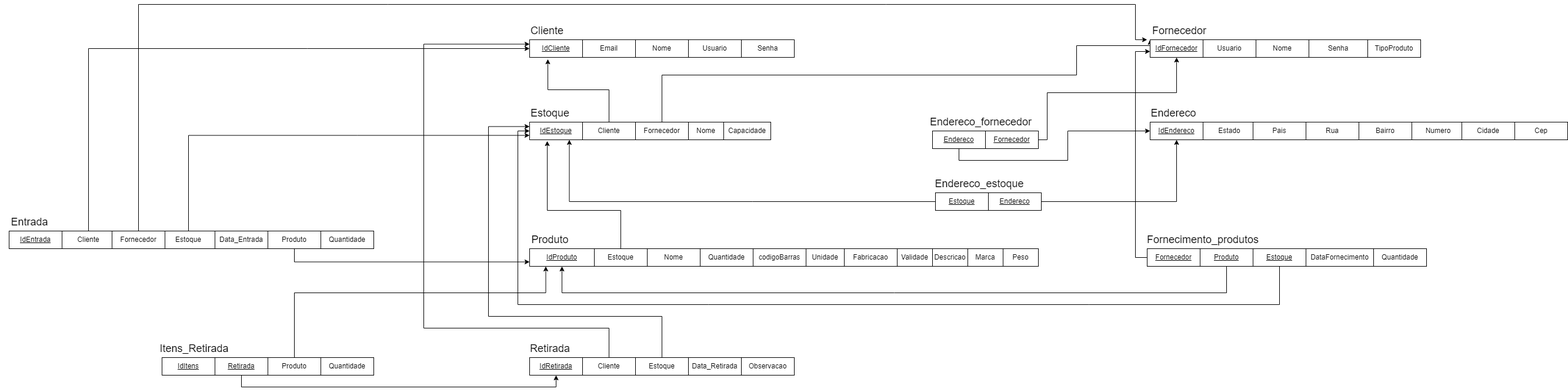
Before: Documentacao/diagrama_relacional_3.png, a diagram exported from draw.io (leon-junio/TI-Storage-Solutions). Source tidied: cells renumbered, new cells last; positions are measured from the earlier drawing's top-left corner, leaving out a move shared by most shapes.
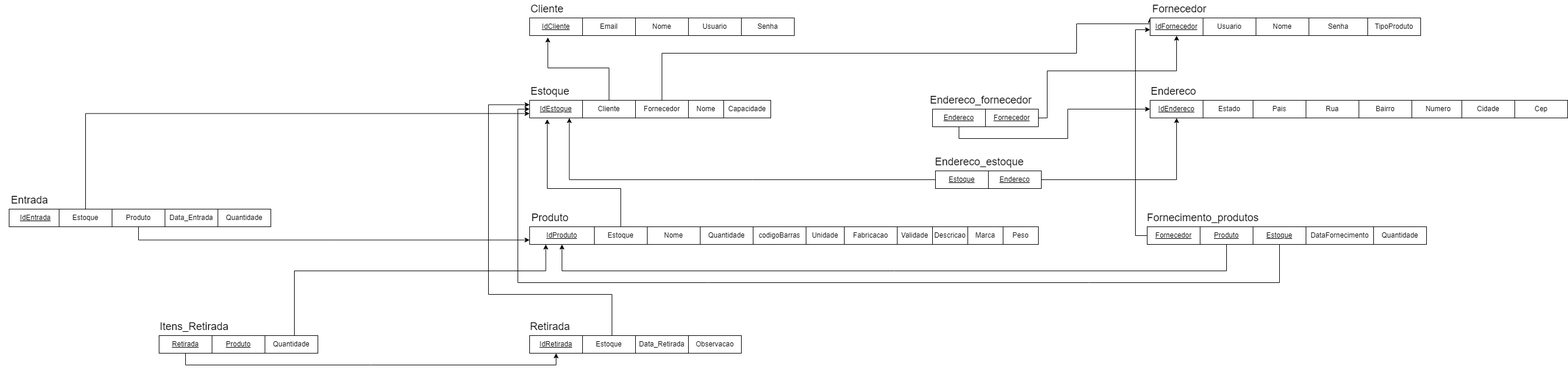
After the change.

Commit message:
Novos diagramas relacionais

Diff of the diagram source:
```diff
@@ -250,36 +250,22 @@
     <mxCell id="72" style="edgeStyle=orthogonalEdgeStyle;rounded=0;jettySize=auto;html=1;exitX=0.5;exitY=0;exitDx=0;exitDy=0;entryX=0;entryY=0.25;entryDx=0;entryDy=0;" parent="1" edge="1" source="73" target="6">
       <mxGeometry relative="1" as="geometry">
         <Array as="points">
-          <mxPoint x="1125" y="530" />
+          <mxPoint x="1040" y="600" />
+          <mxPoint x="1040" y="530" />
           <mxPoint x="830" y="530" />
           <mxPoint x="830" y="208" />
         </Array>
       </mxGeometry>
     </mxCell>
     <mxCell id="73" value="Estoque" style="rounded=0;whiteSpace=wrap;html=1;" parent="1" vertex="1">
-      <mxGeometry x="1080" y="600" width="90" height="30" as="geometry" />
+      <mxGeometry x="990" y="600" width="90" height="30" as="geometry" />
     </mxCell>
-    <mxCell id="74" style="edgeStyle=orthogonalEdgeStyle;rounded=0;jettySize=auto;html=1;exitX=0.5;exitY=0;exitDx=0;exitDy=0;entryX=0;entryY=0.25;entryDx=0;entryDy=0;" parent="1" edge="1" source="75" target="2">
-      <mxGeometry relative="1" as="geometry">
-        <Array as="points">
-          <mxPoint x="1035" y="550" />
-          <mxPoint x="720" y="550" />
-          <mxPoint x="720" y="68" />
-        </Array>
-      </mxGeometry>
-    </mxCell>
-    <mxCell id="75" value="Cliente" style="rounded=0;whiteSpace=wrap;html=1;" parent="1" vertex="1">
-      <mxGeometry x="990" y="600" width="90" height="30" as="geometry" />
-    </mxCell>
     <mxCell id="76" value="Data_Retirada" style="rounded=0;whiteSpace=wrap;html=1;" parent="1" vertex="1">
-      <mxGeometry x="1170" y="600" width="90" height="30" as="geometry" />
+      <mxGeometry x="1080" y="600" width="90" height="30" as="geometry" />
     </mxCell>
     <mxCell id="77" value="Observacao" style="rounded=0;whiteSpace=wrap;html=1;" parent="1" vertex="1">
-      <mxGeometry x="1260" y="600" width="90" height="30" as="geometry" />
+      <mxGeometry x="1170" y="600" width="90" height="30" as="geometry" />
     </mxCell>
-    <mxCell id="78" value="&lt;u&gt;IdItens&lt;br&gt;&lt;/u&gt;" style="rounded=0;whiteSpace=wrap;html=1;" parent="1" vertex="1">
-      <mxGeometry x="275" y="600" width="90" height="30" as="geometry" />
-    </mxCell>
     <mxCell id="79" value="&lt;font style=&quot;font-size: 18px&quot;&gt;Itens_Retirada&lt;br&gt;&lt;/font&gt;" style="text;html=1;strokeColor=none;fillColor=none;align=center;verticalAlign=middle;whiteSpace=wrap;rounded=0;" parent="1" vertex="1">
       <mxGeometry x="280" y="570" width="100" height="30" as="geometry" />
     </mxCell>
@@ -291,17 +277,17 @@
         </Array>
       </mxGeometry>
     </mxCell>
-    <mxCell id="81" value="Produto" style="rounded=0;whiteSpace=wrap;html=1;" parent="1" vertex="1">
-      <mxGeometry x="455" y="600" width="90" height="30" as="geometry" />
+    <mxCell id="81" value="&lt;u&gt;Produto&lt;/u&gt;" style="rounded=0;whiteSpace=wrap;html=1;" parent="1" vertex="1">
+      <mxGeometry x="360" y="600" width="90" height="30" as="geometry" />
     </mxCell>
     <mxCell id="82" style="edgeStyle=orthogonalEdgeStyle;rounded=0;jettySize=auto;html=1;exitX=0.5;exitY=1;exitDx=0;exitDy=0;entryX=0.5;entryY=1;entryDx=0;entryDy=0;" parent="1" edge="1" source="83" target="70">
       <mxGeometry relative="1" as="geometry" />
     </mxCell>
     <mxCell id="83" value="&lt;u&gt;Retirada&lt;/u&gt;" style="rounded=0;whiteSpace=wrap;html=1;" parent="1" vertex="1">
-      <mxGeometry x="365" y="600" width="90" height="30" as="geometry" />
+      <mxGeometry x="270" y="600" width="90" height="30" as="geometry" />
     </mxCell>
     <mxCell id="84" value="Quantidade" style="rounded=0;whiteSpace=wrap;html=1;" parent="1" vertex="1">
-      <mxGeometry x="545" y="600" width="90" height="30" as="geometry" />
+      <mxGeometry x="450" y="600" width="90" height="30" as="geometry" />
     </mxCell>
     <mxCell id="85" value="&lt;u&gt;IdEntrada&lt;br&gt;&lt;/u&gt;" style="rounded=0;whiteSpace=wrap;html=1;" parent="1" vertex="1">
       <mxGeometry x="15" y="385" width="90" height="30" as="geometry" />
@@ -313,38 +299,19 @@
       <mxGeometry relative="1" as="geometry" />
     </mxCell>
     <mxCell id="88" value="Estoque" style="rounded=0;whiteSpace=wrap;html=1;" parent="1" vertex="1">
-      <mxGeometry x="275" y="385" width="90" height="30" as="geometry" />
+      <mxGeometry x="100" y="385" width="90" height="30" as="geometry" />
     </mxCell>
-    <mxCell id="89" style="edgeStyle=orthogonalEdgeStyle;rounded=0;jettySize=auto;html=1;exitX=0.5;exitY=0;exitDx=0;exitDy=0;entryX=0;entryY=0.5;entryDx=0;entryDy=0;" parent="1" edge="1" source="90" target="2">
-      <mxGeometry relative="1" as="geometry" />
-    </mxCell>
-    <mxCell id="90" value="Cliente" style="rounded=0;whiteSpace=wrap;html=1;" parent="1" vertex="1">
-      <mxGeometry x="105" y="385" width="90" height="30" as="geometry" />
-    </mxCell>
     <mxCell id="91" value="Data_Entrada" style="rounded=0;whiteSpace=wrap;html=1;" parent="1" vertex="1">
-      <mxGeometry x="365" y="385" width="90" height="30" as="geometry" />
+      <mxGeometry x="280" y="385" width="90" height="30" as="geometry" />
     </mxCell>
     <mxCell id="92" style="edgeStyle=orthogonalEdgeStyle;rounded=0;jettySize=auto;html=1;exitX=0.5;exitY=1;exitDx=0;exitDy=0;entryX=0;entryY=0.75;entryDx=0;entryDy=0;" parent="1" edge="1" source="93" target="33">
       <mxGeometry relative="1" as="geometry" />
     </mxCell>
     <mxCell id="93" value="Produto" style="rounded=0;whiteSpace=wrap;html=1;" parent="1" vertex="1">
-      <mxGeometry x="455" y="385" width="90" height="30" as="geometry" />
+      <mxGeometry x="190" y="385" width="90" height="30" as="geometry" />
     </mxCell>
     <mxCell id="94" value="Quantidade" style="rounded=0;whiteSpace=wrap;html=1;" parent="1" vertex="1">
-      <mxGeometry x="545" y="385" width="90" height="30" as="geometry" />
+      <mxGeometry x="370" y="385" width="90" height="30" as="geometry" />
     </mxCell>
-    <mxCell id="95" style="edgeStyle=orthogonalEdgeStyle;rounded=0;jettySize=auto;html=1;exitX=0.5;exitY=0;exitDx=0;exitDy=0;" parent="1" edge="1" source="96">
-      <mxGeometry relative="1" as="geometry">
-        <mxPoint x="1950" y="60" as="targetPoint" />
-        <Array as="points">
-          <mxPoint x="235" />
-          <mxPoint x="1930" />
-          <mxPoint x="1930" y="60" />
-        </Array>
-      </mxGeometry>
-    </mxCell>
-    <mxCell id="96" value="Fornecedor" style="rounded=0;whiteSpace=wrap;html=1;" parent="1" vertex="1">
-      <mxGeometry x="190" y="385" width="90" height="30" as="geometry" />
-    </mxCell>
   </root>
 </mxGraphModel>
```
